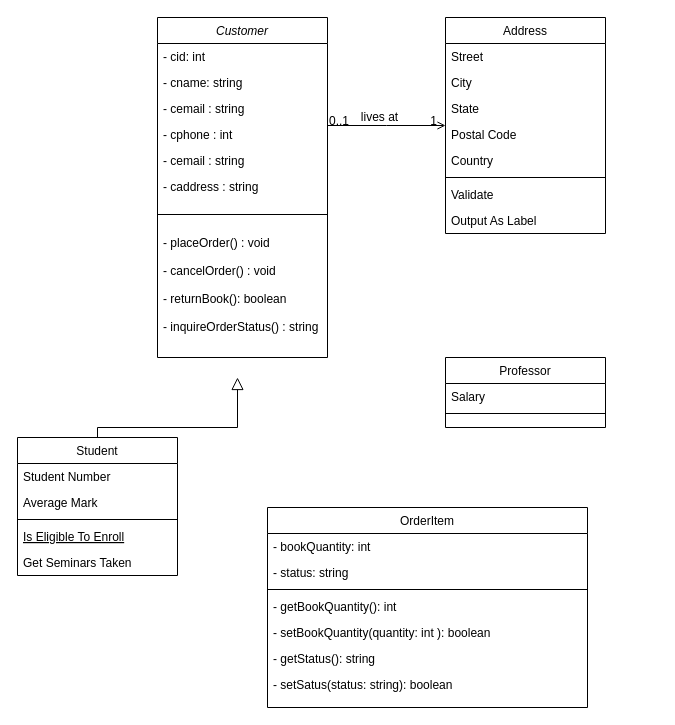
Ahasirly/Myrepo keeps this draw.io diagram as LAB4.drawio. Above is the earlier version. Source tidied: cells renumbered, new cells numbered last; positions are measured from the earlier drawing's top-left corner, leaving out a move shared by most shapes. Both pictures are drawn from the tidied source at 100%, with x=0, y=0 at pixel (17, 17).
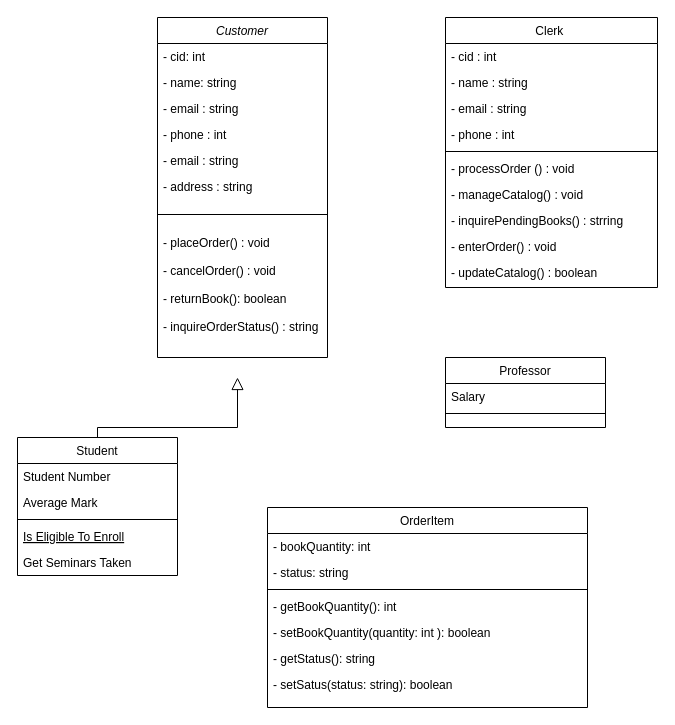
The same diagram, later.

Unchanged cells that the change refers to:
```xml
<mxCell id="2" value="Customer" style="swimlane;fontStyle=2;align=center;verticalAlign=top;horizontal=1;startSize=26;rounded=0;shadow=0;strokeWidth=1;" parent="1" vertex="1">
  <mxGeometry x="140" width="170" height="340" as="geometry" />
</mxCell>
```

The edit, as a diff of the source:
```diff
@@
-    <mxCell id="4" value="- cname: string" style="text;align=left;verticalAlign=top;spacingLeft=4;spacingRight=4;overflow=hidden;rounded=0;shadow=0;html=0;" parent="2" vertex="1">
+    <mxCell id="4" value="- name: string" style="text;align=left;verticalAlign=top;spacingLeft=4;spacingRight=4;overflow=hidden;rounded=0;shadow=0;html=0;" parent="2" vertex="1">
       <mxGeometry y="52" width="170" height="26" as="geometry" />
     </mxCell>
-    <mxCell id="5" value="- cemail : string &#10;&#10;" style="text;align=left;verticalAlign=top;spacingLeft=4;spacingRight=4;overflow=hidden;rounded=0;shadow=0;html=0;" parent="2" vertex="1">
+    <mxCell id="5" value="- email : string &#10;&#10;" style="text;align=left;verticalAlign=top;spacingLeft=4;spacingRight=4;overflow=hidden;rounded=0;shadow=0;html=0;" parent="2" vertex="1">
       <mxGeometry y="78" width="170" height="26" as="geometry" />
     </mxCell>
-    <mxCell id="6" value="- cphone : int" style="text;align=left;verticalAlign=top;spacingLeft=4;spacingRight=4;overflow=hidden;rounded=0;shadow=0;html=0;" parent="2" vertex="1">
+    <mxCell id="6" value="- phone : int" style="text;align=left;verticalAlign=top;spacingLeft=4;spacingRight=4;overflow=hidden;rounded=0;shadow=0;html=0;" parent="2" vertex="1">
       <mxGeometry y="104" width="170" height="26" as="geometry" />
     </mxCell>
-    <mxCell id="7" value="- cemail : string &#10;&#10;" style="text;align=left;verticalAlign=top;spacingLeft=4;spacingRight=4;overflow=hidden;rounded=0;shadow=0;html=0;" parent="2" vertex="1">
+    <mxCell id="7" value="- email : string &#10;&#10;" style="text;align=left;verticalAlign=top;spacingLeft=4;spacingRight=4;overflow=hidden;rounded=0;shadow=0;html=0;" parent="2" vertex="1">
       <mxGeometry y="130" width="170" height="26" as="geometry" />
     </mxCell>
-    <mxCell id="8" value="- caddress : string" style="text;align=left;verticalAlign=top;spacingLeft=4;spacingRight=4;overflow=hidden;rounded=0;shadow=0;html=0;" parent="2" vertex="1">
+    <mxCell id="8" value="- address : string" style="text;align=left;verticalAlign=top;spacingLeft=4;spacingRight=4;overflow=hidden;rounded=0;shadow=0;html=0;" parent="2" vertex="1">
       <mxGeometry y="156" width="170" height="26" as="geometry" />
     </mxCell>
@@
-    <mxCell id="21" value="Address" style="swimlane;fontStyle=0;align=center;verticalAlign=top;horizontal=1;startSize=26;rounded=0;shadow=0;strokeWidth=1;" parent="1" vertex="1">
-      <mxGeometry x="428" width="160" height="216" as="geometry" />
+    <mxCell id="21" value="Clerk " style="swimlane;fontStyle=0;align=center;verticalAlign=top;horizontal=1;startSize=26;rounded=0;shadow=0;strokeWidth=1;" parent="1" vertex="1">
+      <mxGeometry x="428" width="212" height="270" as="geometry" />
     </mxCell>
-    <mxCell id="22" value="Street" style="text;align=left;verticalAlign=top;spacingLeft=4;spacingRight=4;overflow=hidden;" parent="21" vertex="1">
-      <mxGeometry y="26" width="160" height="26" as="geometry" />
+    <mxCell id="22" value="- cid : int" style="text;align=left;verticalAlign=top;spacingLeft=4;spacingRight=4;overflow=hidden;" parent="21" vertex="1">
+      <mxGeometry y="26" width="212" height="26" as="geometry" />
     </mxCell>
-    <mxCell id="23" value="City" style="text;align=left;verticalAlign=top;spacingLeft=4;spacingRight=4;overflow=hidden;rounded=0;shadow=0;html=0;" parent="21" vertex="1">
-      <mxGeometry y="52" width="160" height="26" as="geometry" />
+    <mxCell id="23" value="- name : string" style="text;align=left;verticalAlign=top;spacingLeft=4;spacingRight=4;overflow=hidden;rounded=0;shadow=0;html=0;" parent="21" vertex="1">
+      <mxGeometry y="52" width="212" height="26" as="geometry" />
     </mxCell>
-    <mxCell id="24" value="State" style="text;align=left;verticalAlign=top;spacingLeft=4;spacingRight=4;overflow=hidden;rounded=0;shadow=0;html=0;" parent="21" vertex="1">
-      <mxGeometry y="78" width="160" height="26" as="geometry" />
+    <mxCell id="24" value="- email : string   " style="text;align=left;verticalAlign=top;spacingLeft=4;spacingRight=4;overflow=hidden;rounded=0;shadow=0;html=0;" parent="21" vertex="1">
+      <mxGeometry y="78" width="212" height="26" as="geometry" />
     </mxCell>
-    <mxCell id="25" value="Postal Code" style="text;align=left;verticalAlign=top;spacingLeft=4;spacingRight=4;overflow=hidden;rounded=0;shadow=0;html=0;" parent="21" vertex="1">
-      <mxGeometry y="104" width="160" height="26" as="geometry" />
+    <mxCell id="25" value="- phone : int" style="text;align=left;verticalAlign=top;spacingLeft=4;spacingRight=4;overflow=hidden;rounded=0;shadow=0;html=0;" parent="21" vertex="1">
+      <mxGeometry y="104" width="212" height="26" as="geometry" />
     </mxCell>
-    <mxCell id="26" value="Country" style="text;align=left;verticalAlign=top;spacingLeft=4;spacingRight=4;overflow=hidden;rounded=0;shadow=0;html=0;" parent="21" vertex="1">
-      <mxGeometry y="130" width="160" height="26" as="geometry" />
-    </mxCell>
     <mxCell id="27" style="line;html=1;strokeWidth=1;align=left;verticalAlign=middle;spacingTop=-1;spacingLeft=3;spacingRight=3;labelPosition=right;" parent="21" vertex="1">
-      <mxGeometry y="156" width="160" height="8" as="geometry" />
+      <mxGeometry y="130" width="212" height="8" as="geometry" />
     </mxCell>
-    <mxCell id="28" value="Validate" style="text;align=left;verticalAlign=top;spacingLeft=4;spacingRight=4;overflow=hidden;" parent="21" vertex="1">
-      <mxGeometry y="164" width="160" height="26" as="geometry" />
-    </mxCell>
-    <mxCell id="29" value="Output As Label" style="text;align=left;verticalAlign=top;spacingLeft=4;spacingRight=4;overflow=hidden;" parent="21" vertex="1">
-      <mxGeometry y="190" width="160" height="26" as="geometry" />
+    <mxCell id="29" value="- processOrder () : void   " style="text;align=left;verticalAlign=top;spacingLeft=4;spacingRight=4;overflow=hidden;" parent="21" vertex="1">
+      <mxGeometry y="138" width="212" height="26" as="geometry" />
     </mxCell>
-    <mxCell id="30" style="endArrow=open;shadow=0;strokeWidth=1;rounded=0;curved=0;endFill=1;edgeStyle=elbowEdgeStyle;elbow=vertical;" parent="1" edge="1" source="2" target="21">
-      <mxGeometry x="0.5" y="41" relative="1" as="geometry">
-        <mxPoint x="-40" y="32" as="offset" />
-      </mxGeometry>
-    </mxCell>
-    <mxCell id="31" value="0..1" style="align=left;verticalAlign=bottom;labelBackgroundColor=none;fontSize=12;" parent="30" vertex="1">
-      <mxGeometry x="-1" relative="1" as="geometry">
-        <mxPoint y="4" as="offset" />
-      </mxGeometry>
-    </mxCell>
-    <mxCell id="32" value="1" style="align=right;verticalAlign=bottom;labelBackgroundColor=none;fontSize=12;" parent="30" vertex="1">
-      <mxGeometry x="1" relative="1" as="geometry">
-        <mxPoint x="-7" y="4" as="offset" />
-      </mxGeometry>
-    </mxCell>
-    <mxCell id="33" value="lives at" style="text;html=1;align=center;verticalAlign=middle;labelBackgroundColor=none;rounded=0;shadow=0;strokeWidth=1;fontSize=12;" parent="30" vertex="1">
-      <mxGeometry x="0.5" y="49" relative="1" as="geometry">
-        <mxPoint x="-38" y="40" as="offset" />
-      </mxGeometry>
-    </mxCell>
+    <mxCell id="42" value="- manageCatalog() : void" style="text;strokeColor=none;fillColor=none;align=left;verticalAlign=top;spacingLeft=4;spacingRight=4;overflow=hidden;whiteSpace=wrap;html=1;" parent="21" vertex="1">
+      <mxGeometry y="164" width="212" height="26" as="geometry" />
+    </mxCell>
+    <mxCell id="43" value="- inquirePendingBooks() : strring&amp;nbsp;" style="text;strokeColor=none;fillColor=none;align=left;verticalAlign=top;spacingLeft=4;spacingRight=4;overflow=hidden;whiteSpace=wrap;html=1;" parent="21" vertex="1">
+      <mxGeometry y="190" width="212" height="26" as="geometry" />
+    </mxCell>
+    <mxCell id="44" value="- enterOrder() : void" style="text;strokeColor=none;fillColor=none;align=left;verticalAlign=top;spacingLeft=4;spacingRight=4;overflow=hidden;whiteSpace=wrap;html=1;" parent="21" vertex="1">
+      <mxGeometry y="216" width="212" height="26" as="geometry" />
+    </mxCell>
+    <mxCell id="45" value="- updateCatalog() : boolean" style="text;strokeColor=none;fillColor=none;align=left;verticalAlign=top;spacingLeft=4;spacingRight=4;overflow=hidden;whiteSpace=wrap;html=1;" parent="21" vertex="1">
+      <mxGeometry y="242" width="212" height="26" as="geometry" />
+    </mxCell>
```
